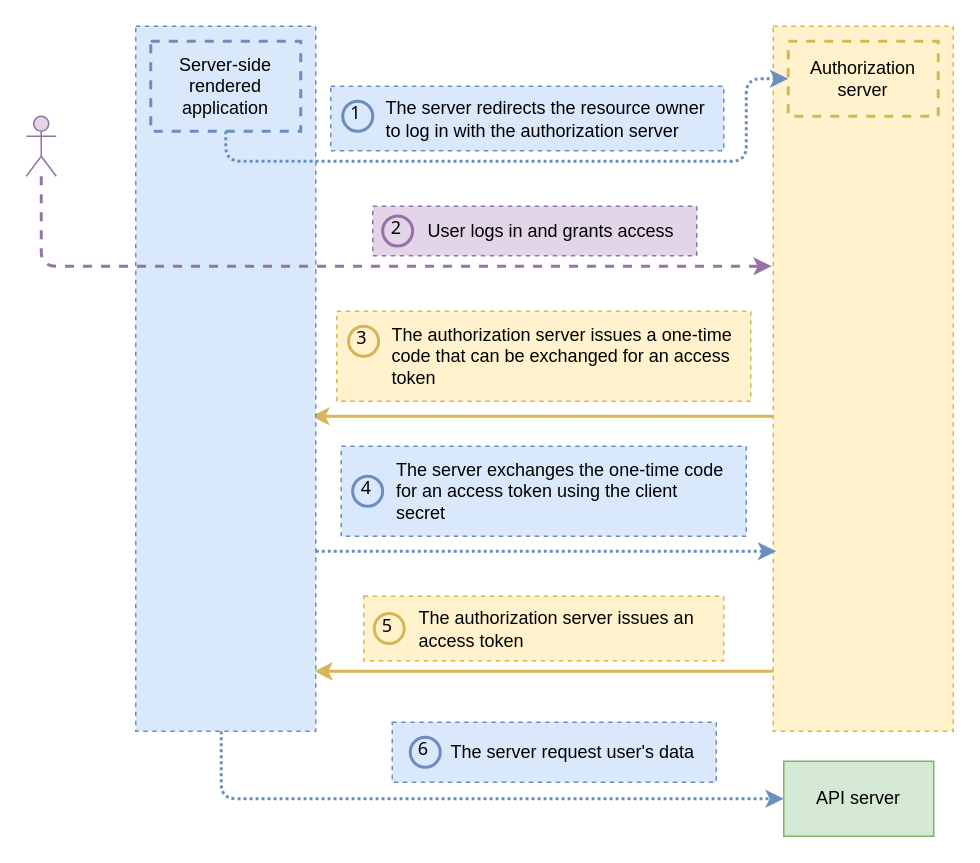
Earlier version of the draw.io diagram page "7.6" (6 of 14) of ch07.drawio (abunuwas/api-sec-book-imgs). Source tidied: cells renumbered, new cells numbered last; positions are measured from the earlier drawing's top-left corner, leaving out a move shared by most shapes. Both pictures are drawn from the tidied source at 150%, with x=0, y=0 at pixel (26, 26).
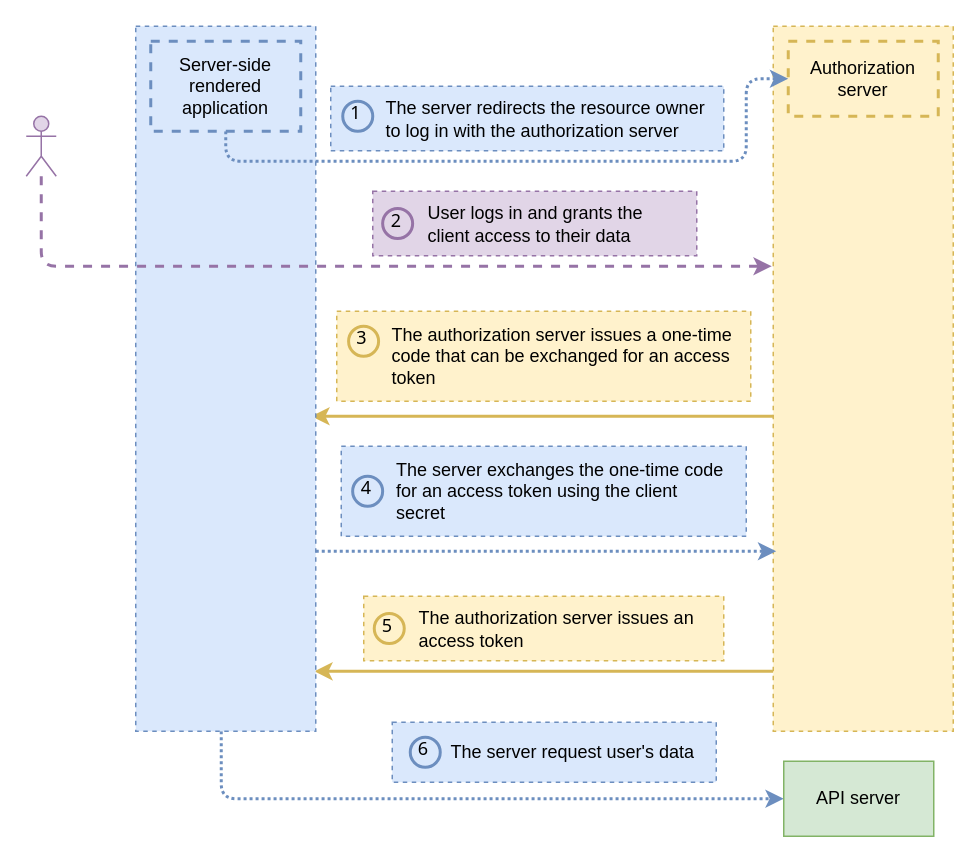
After the change.

The edit, as a diff of the source:
```diff
@@
-    <mxCell id="15" value="&lt;span style=&quot;&quot;&gt;User logs in and grants access&lt;/span&gt;" style="text;html=1;strokeColor=#9673a6;fillColor=#e1d5e7;align=left;verticalAlign=middle;whiteSpace=wrap;rounded=0;dashed=1;spacingLeft=35;spacingRight=10;" parent="1" vertex="1">
-      <mxGeometry x="231" y="120" width="216" height="33" as="geometry" />
+    <mxCell id="15" value="&lt;span style=&quot;&quot;&gt;User logs in and grants the client access to their data&lt;/span&gt;" style="text;html=1;strokeColor=#9673a6;fillColor=#e1d5e7;align=left;verticalAlign=middle;whiteSpace=wrap;rounded=0;dashed=1;spacingLeft=35;spacingRight=10;" parent="1" vertex="1">
+      <mxGeometry x="231" y="110" width="216" height="43" as="geometry" />
     </mxCell>
@@
     <mxCell id="21" value="2" style="ellipse;whiteSpace=wrap;html=1;strokeWidth=2;fontFamily=Tahoma;spacingBottom=4;spacingRight=2;strokeColor=#9673a6;fillColor=#e1d5e7;" parent="1" vertex="1">
-      <mxGeometry x="237.6" y="126.5" width="20" height="20" as="geometry" />
+      <mxGeometry x="237.6" y="121.5" width="20" height="20" as="geometry" />
     </mxCell>
```
